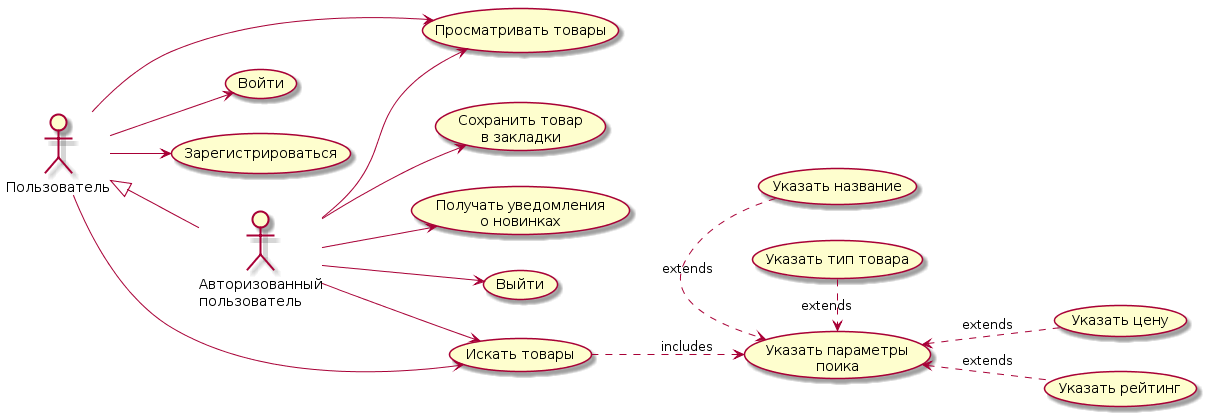
This is docs/diagrams/use-case.png from ussur/s-mart, a PlantUML export, as it was before one commit. Source of this version:
```plantuml
@startuml
left to right direction

actor :Пользователь: as u
actor :Авторизованный\nпользователь: as auth

u <|-- auth

u --> (Войти)
u --> (Зарегистрироваться)
u --> (Просматривать товары)
u --> (Искать товары)

auth --> (Выйти)
auth --> (Сохранить товар\nв закладки)
auth --> (Просматривать товары)
auth --> (Искать товары)
auth --> (Получать уведомления\nо новинках)

(Искать товары) ..> (Указать параметры\nпоика) : includes

(Указать параметры\nпоика) <.left. (Указать название) : extends
(Указать параметры\nпоика) <.left. (Указать тип товара) : extends
(Указать параметры\nпоика) <.. (Указать цену) : extends
(Указать параметры\nпоика) <.. (Указать рейтинг) : extends
@enduml
```
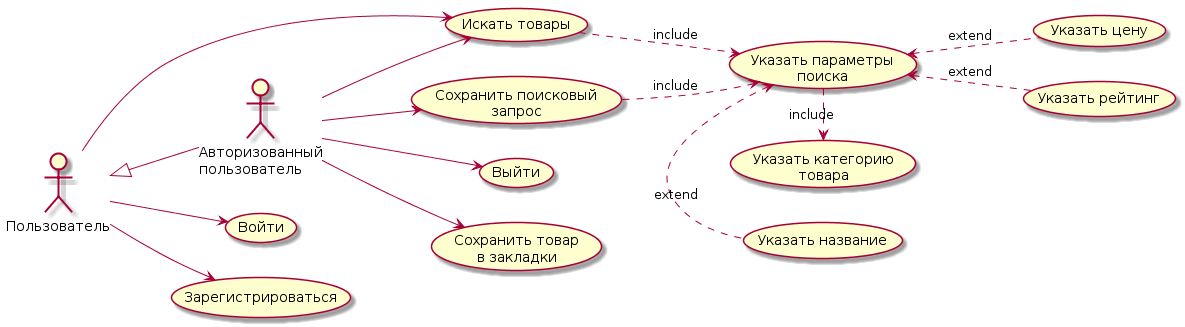
Above is the later version.

The edit, as a diff of the source:
```diff
@@ -8,19 +8,18 @@
 
 u --> (Войти)
 u --> (Зарегистрироваться)
-u --> (Просматривать товары)
 u --> (Искать товары)
 
 auth --> (Выйти)
 auth --> (Сохранить товар\nв закладки)
-auth --> (Просматривать товары)
 auth --> (Искать товары)
-auth --> (Получать уведомления\nо новинках)
+auth --> (Сохранить поисковый\nзапрос)
 
-(Искать товары) ..> (Указать параметры\nпоика) : includes
+(Искать товары) ..> (Указать параметры\nпоиска) : include
+(Сохранить поисковый\nзапрос) ..> (Указать параметры\nпоиска) : include
 
-(Указать параметры\nпоика) <.left. (Указать название) : extends
-(Указать параметры\nпоика) <.left. (Указать тип товара) : extends
-(Указать параметры\nпоика) <.. (Указать цену) : extends
-(Указать параметры\nпоика) <.. (Указать рейтинг) : extends
+(Указать параметры\nпоиска) <.right. (Указать название) : extend
+(Указать параметры\nпоиска) .right.> (Указать категорию\nтовара) : include
+(Указать параметры\nпоиска) <.. (Указать цену) : extend
+(Указать параметры\nпоиска) <.. (Указать рейтинг) : extend
 @enduml
```
